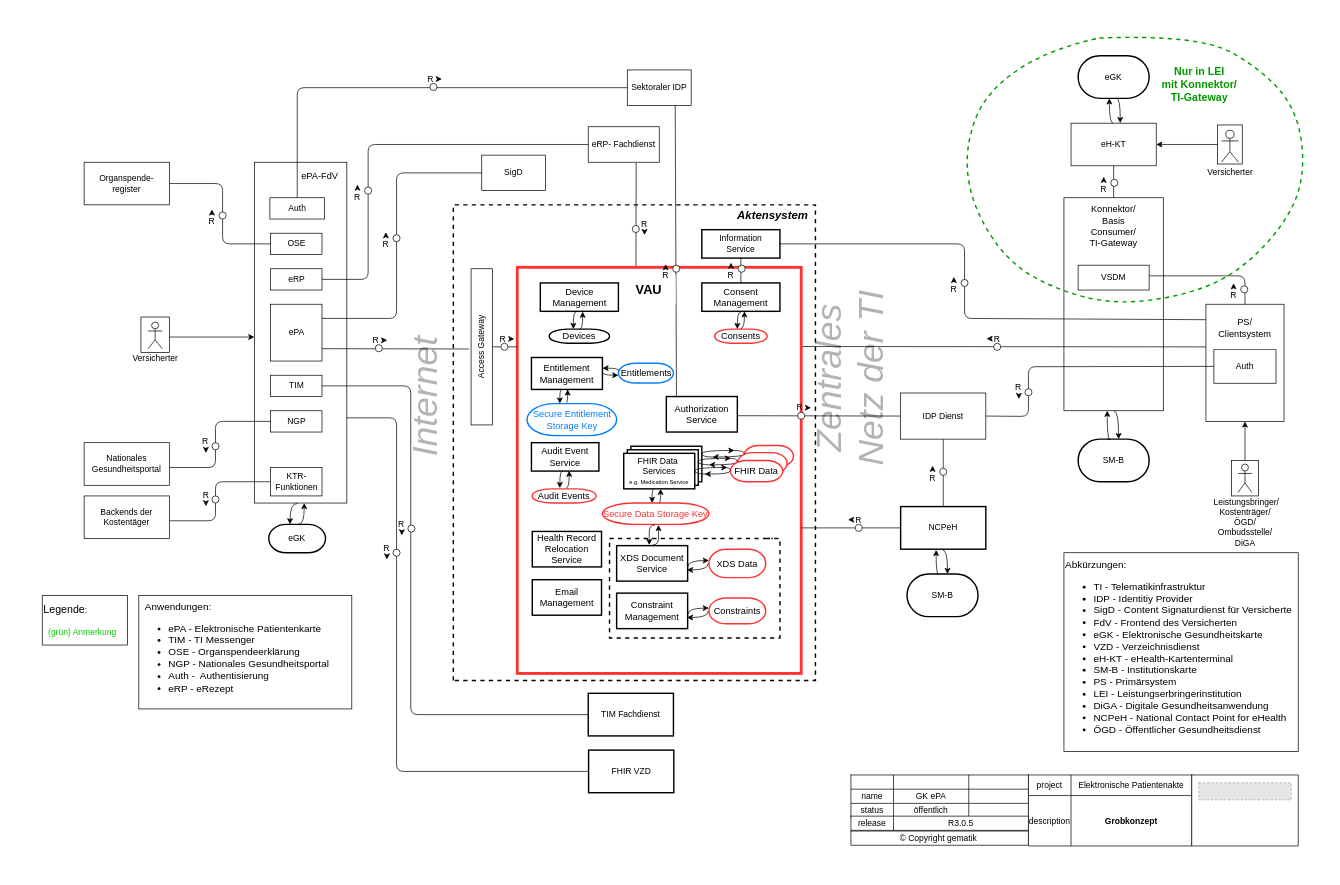
Above: src/drawio/ePA-Grobarchitektur.drawio in gematik/ePA-Basic (draw.io), before the change. Source tidied: cells renumbered, new cells numbered last; positions are measured from the earlier drawing's top-left corner, leaving out a move shared by most shapes. Both pictures are drawn from the tidied source at 71%, with x=0, y=0 at pixel (42, 34). Pictures stored in the file or linked from it are replaced by grey dashed boxes.
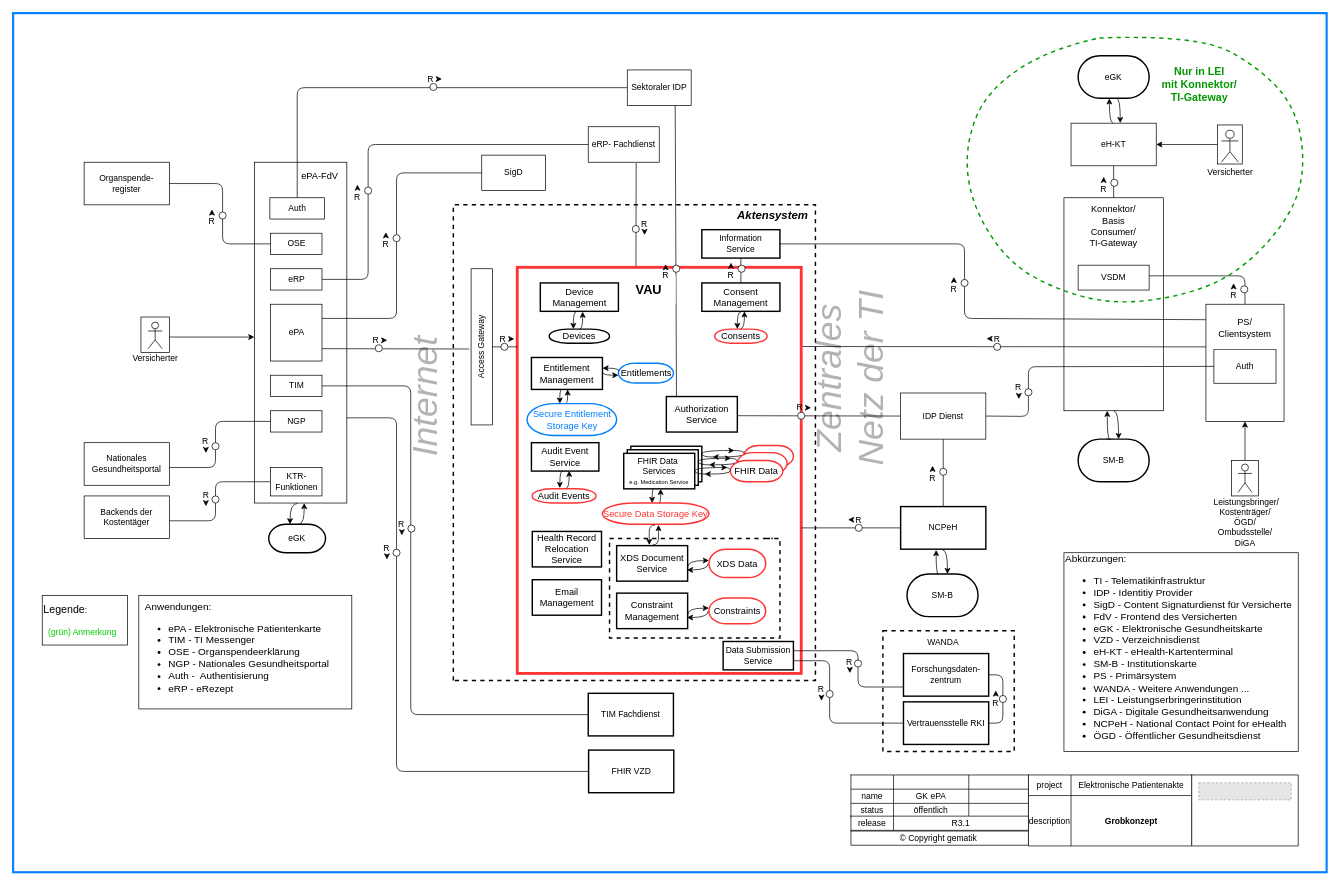
The same diagram, later.

Unchanged cells that the change refers to:
```xml
<mxCell id="126" style="shape=tableRow;horizontal=0;startSize=0;swimlaneHead=0;swimlaneBody=0;strokeColor=inherit;top=0;left=0;bottom=0;right=0;fillColor=none;" parent="125" vertex="1">
  <mxGeometry width="250" height="20" as="geometry" />
</mxCell>
```

What changed in the source:
```diff
@@
+    <mxCell id="231" style="rounded=0;whiteSpace=wrap;html=1;strokeColor=#007fff;fontColor=#007fff;strokeWidth=3;" parent="1" vertex="1">
+      <mxGeometry x="-41" y="-30" width="1850" height="1210" as="geometry" />
+    </mxCell>
@@
-    <mxCell id="64" value="&lt;font style=&quot;font-size: 14px;&quot;&gt;Abkürzungen:&lt;br&gt;&lt;/font&gt;&lt;ul style=&quot;font-size: 14px;&quot;&gt;&lt;li style=&quot;&quot;&gt;&lt;font style=&quot;font-size: 14px;&quot;&gt;TI - Telematikinfrastruktur&lt;/font&gt;&lt;/li&gt;&lt;li style=&quot;&quot;&gt;&lt;font style=&quot;font-size: 14px;&quot;&gt;IDP - Identitiy Provider&lt;/font&gt;&lt;/li&gt;&lt;li style=&quot;&quot;&gt;&lt;font style=&quot;font-size: 14px;&quot;&gt;SigD - Content Signaturdienst für Versicherte&lt;/font&gt;&lt;/li&gt;&lt;li style=&quot;&quot;&gt;&lt;font style=&quot;font-size: 14px;&quot;&gt;FdV - Frontend des Versicherten&lt;/font&gt;&lt;/li&gt;&lt;li style=&quot;&quot;&gt;&lt;font style=&quot;font-size: 14px;&quot;&gt;eGK - Elektronische Gesundheitskarte&lt;/font&gt;&lt;/li&gt;&lt;li style=&quot;&quot;&gt;&lt;font style=&quot;font-size: 14px;&quot;&gt;VZD - Verzeichnisdienst&lt;/font&gt;&lt;/li&gt;&lt;li style=&quot;&quot;&gt;&lt;font style=&quot;font-size: 14px;&quot;&gt;eH-KT - eHealth-Kartenterminal&lt;/font&gt;&lt;/li&gt;&lt;li style=&quot;&quot;&gt;&lt;font style=&quot;font-size: 14px;&quot;&gt;SM-B - Institutionskarte&lt;/font&gt;&lt;/li&gt;&lt;li style=&quot;&quot;&gt;&lt;font style=&quot;font-size: 14px;&quot;&gt;PS - Primärsystem&lt;/font&gt;&lt;/li&gt;&lt;li style=&quot;&quot;&gt;&lt;font style=&quot;font-size: 14px;&quot;&gt;LEI - Leistungserbringerinstitution&amp;nbsp;&lt;/font&gt;&lt;/li&gt;&lt;li style=&quot;&quot;&gt;&lt;font style=&quot;font-size: 14px;&quot;&gt;DiGA - Digitale Gesundheitsanwendung&lt;/font&gt;&lt;/li&gt;&lt;li&gt;NCPeH -&amp;nbsp;National Contact Point for eHealth&lt;/li&gt;&lt;li&gt;ÖGD - Öffentlicher Gesundheitsdienst&lt;/li&gt;&lt;/ul&gt;" style="rounded=0;whiteSpace=wrap;html=1;align=left;strokeWidth=1;" parent="1" vertex="1">
+    <mxCell id="64" value="&lt;font style=&quot;font-size: 14px;&quot;&gt;Abkürzungen:&lt;br&gt;&lt;/font&gt;&lt;ul style=&quot;font-size: 14px;&quot;&gt;&lt;li style=&quot;&quot;&gt;&lt;font style=&quot;font-size: 14px;&quot;&gt;TI - Telematikinfrastruktur&lt;/font&gt;&lt;/li&gt;&lt;li style=&quot;&quot;&gt;&lt;font style=&quot;font-size: 14px;&quot;&gt;IDP - Identitiy Provider&lt;/font&gt;&lt;/li&gt;&lt;li style=&quot;&quot;&gt;&lt;font style=&quot;font-size: 14px;&quot;&gt;SigD - Content Signaturdienst für Versicherte&lt;/font&gt;&lt;/li&gt;&lt;li style=&quot;&quot;&gt;&lt;font style=&quot;font-size: 14px;&quot;&gt;FdV - Frontend des Versicherten&lt;/font&gt;&lt;/li&gt;&lt;li style=&quot;&quot;&gt;&lt;font style=&quot;font-size: 14px;&quot;&gt;eGK - Elektronische Gesundheitskarte&lt;/font&gt;&lt;/li&gt;&lt;li style=&quot;&quot;&gt;&lt;font style=&quot;font-size: 14px;&quot;&gt;VZD - Verzeichnisdienst&lt;/font&gt;&lt;/li&gt;&lt;li style=&quot;&quot;&gt;&lt;font style=&quot;font-size: 14px;&quot;&gt;eH-KT - eHealth-Kartenterminal&lt;/font&gt;&lt;/li&gt;&lt;li style=&quot;&quot;&gt;&lt;font style=&quot;font-size: 14px;&quot;&gt;SM-B - Institutionskarte&lt;/font&gt;&lt;/li&gt;&lt;li style=&quot;&quot;&gt;&lt;font style=&quot;font-size: 14px;&quot;&gt;PS - Primärsystem&lt;/font&gt;&lt;/li&gt;&lt;li style=&quot;&quot;&gt;&lt;font style=&quot;font-size: 14px;&quot;&gt;WANDA - Weitere Anwendungen ...&lt;/font&gt;&lt;/li&gt;&lt;li style=&quot;&quot;&gt;&lt;font style=&quot;font-size: 14px;&quot;&gt;LEI - Leistungserbringerinstitution&amp;nbsp;&lt;/font&gt;&lt;/li&gt;&lt;li style=&quot;&quot;&gt;&lt;font style=&quot;font-size: 14px;&quot;&gt;DiGA - Digitale Gesundheitsanwendung&lt;/font&gt;&lt;/li&gt;&lt;li&gt;NCPeH -&amp;nbsp;National Contact Point for eHealth&lt;/li&gt;&lt;li&gt;ÖGD - Öffentlicher Gesundheitsdienst&lt;/li&gt;&lt;/ul&gt;" style="rounded=0;whiteSpace=wrap;html=1;align=left;strokeWidth=1;" parent="1" vertex="1">
       <mxGeometry x="1439" y="730" width="330" height="280" as="geometry" />
     </mxCell>
@@
-    <mxCell id="128" value="R3.0.5" style="shape=partialRectangle;html=1;whiteSpace=wrap;strokeColor=inherit;overflow=hidden;fillColor=none;top=0;left=0;bottom=0;right=0;" parent="126" vertex="1">
+    <mxCell id="128" value="R3.1" style="shape=partialRectangle;html=1;whiteSpace=wrap;strokeColor=inherit;overflow=hidden;fillColor=none;top=0;left=0;bottom=0;right=0;" parent="126" vertex="1">
       <mxGeometry x="60" width="190" height="20" as="geometry" />
     </mxCell>
@@
+    <mxCell id="232" style="rounded=0;whiteSpace=wrap;html=1;dashed=1;strokeWidth=2;" parent="1" vertex="1">
+      <mxGeometry x="1184" y="840" width="185" height="170" as="geometry" />
+    </mxCell>
+    <mxCell id="233" style="edgeStyle=orthogonalEdgeStyle;rounded=1;jettySize=auto;html=1;exitX=1;exitY=0.5;exitDx=0;exitDy=0;entryX=1;entryY=0.5;entryDx=0;entryDy=0;curved=0;endArrow=none;endFill=0;" parent="1" edge="1" source="234" target="235">
+      <mxGeometry relative="1" as="geometry" />
+    </mxCell>
+    <mxCell id="234" value="Forschungsdaten-&lt;br&gt;&lt;span style=&quot;background-color: initial;&quot;&gt;zentrum&lt;/span&gt;" style="rounded=0;whiteSpace=wrap;html=1;strokeWidth=2;" parent="1" vertex="1">
+      <mxGeometry x="1213" y="872" width="120" height="60" as="geometry" />
+    </mxCell>
+    <mxCell id="235" value="Vertrauensstelle RKI" style="rounded=0;whiteSpace=wrap;html=1;strokeWidth=2;" parent="1" vertex="1">
+      <mxGeometry x="1213" y="940" width="120" height="60" as="geometry" />
+    </mxCell>
+    <mxCell id="236" value="WANDA" style="text;html=1;align=center;verticalAlign=middle;whiteSpace=wrap;rounded=0;" parent="1" vertex="1">
+      <mxGeometry x="1239" y="842" width="60" height="30" as="geometry" />
+    </mxCell>
+    <mxCell id="237" style="edgeStyle=orthogonalEdgeStyle;rounded=1;jettySize=auto;html=1;exitX=1;exitY=0.326;exitDx=0;exitDy=0;entryX=-0.003;entryY=0.785;entryDx=0;entryDy=0;curved=0;endArrow=none;endFill=0;entryPerimeter=0;exitPerimeter=0;" parent="1" edge="1" source="239" target="234">
+      <mxGeometry relative="1" as="geometry">
+        <Array as="points">
+          <mxPoint x="1149" y="868" />
+          <mxPoint x="1149" y="920" />
+          <mxPoint x="1213" y="920" />
+        </Array>
+      </mxGeometry>
+    </mxCell>
+    <mxCell id="238" style="edgeStyle=orthogonalEdgeStyle;rounded=1;jettySize=auto;html=1;exitX=0.998;exitY=0.678;exitDx=0;exitDy=0;entryX=0;entryY=0.5;entryDx=0;entryDy=0;curved=0;endArrow=none;endFill=0;exitPerimeter=0;" parent="1" edge="1" source="239" target="235">
+      <mxGeometry relative="1" as="geometry">
+        <Array as="points">
+          <mxPoint x="1109" y="882" />
+          <mxPoint x="1109" y="970" />
+        </Array>
+      </mxGeometry>
+    </mxCell>
+    <mxCell id="239" value="Data Submission Service" style="rounded=0;whiteSpace=wrap;html=1;strokeWidth=2;" parent="1" vertex="1">
+      <mxGeometry x="959" y="855" width="99" height="40" as="geometry" />
+    </mxCell>
+    <mxCell id="240" style="ellipse;whiteSpace=wrap;html=1;" parent="1" vertex="1">
+      <mxGeometry x="1348" y="931" width="10" height="10" as="geometry" />
+    </mxCell>
+    <mxCell id="241" style="ellipse;whiteSpace=wrap;html=1;" parent="1" vertex="1">
+      <mxGeometry x="1104" y="924" width="10" height="10" as="geometry" />
+    </mxCell>
+    <mxCell id="242" style="endArrow=classic;html=1;rounded=0;" parent="1" edge="1">
+      <mxGeometry relative="1" as="geometry">
+        <mxPoint x="1097.5" y="933.5" as="sourcePoint" />
+        <mxPoint x="1097.5" y="938.5" as="targetPoint" />
+      </mxGeometry>
+    </mxCell>
+    <mxCell id="243" value="R" style="text;html=1;align=center;verticalAlign=middle;whiteSpace=wrap;rounded=0;" parent="1" vertex="1">
+      <mxGeometry x="1094" y="918" width="6" height="10" as="geometry" />
+    </mxCell>
+    <mxCell id="244" style="ellipse;whiteSpace=wrap;html=1;" parent="1" vertex="1">
+      <mxGeometry x="1144" y="881" width="10" height="10" as="geometry" />
+    </mxCell>
+    <mxCell id="245" style="endArrow=classic;html=1;rounded=0;" parent="1" edge="1">
+      <mxGeometry relative="1" as="geometry">
+        <mxPoint x="1343" y="929" as="sourcePoint" />
+        <mxPoint x="1343" y="924" as="targetPoint" />
+      </mxGeometry>
+    </mxCell>
+    <mxCell id="246" value="R" style="text;html=1;align=center;verticalAlign=middle;whiteSpace=wrap;rounded=0;" parent="1" vertex="1">
+      <mxGeometry x="1338" y="936.5" width="10" height="10" as="geometry" />
+    </mxCell>
+    <mxCell id="247" style="endArrow=classic;html=1;rounded=0;" parent="1" edge="1">
+      <mxGeometry relative="1" as="geometry">
+        <mxPoint x="1137.5" y="894.5" as="sourcePoint" />
+        <mxPoint x="1137.5" y="899.5" as="targetPoint" />
+      </mxGeometry>
+    </mxCell>
+    <mxCell id="248" value="R" style="text;html=1;align=center;verticalAlign=middle;whiteSpace=wrap;rounded=0;" parent="1" vertex="1">
+      <mxGeometry x="1134" y="879" width="6" height="10" as="geometry" />
+    </mxCell>
```
